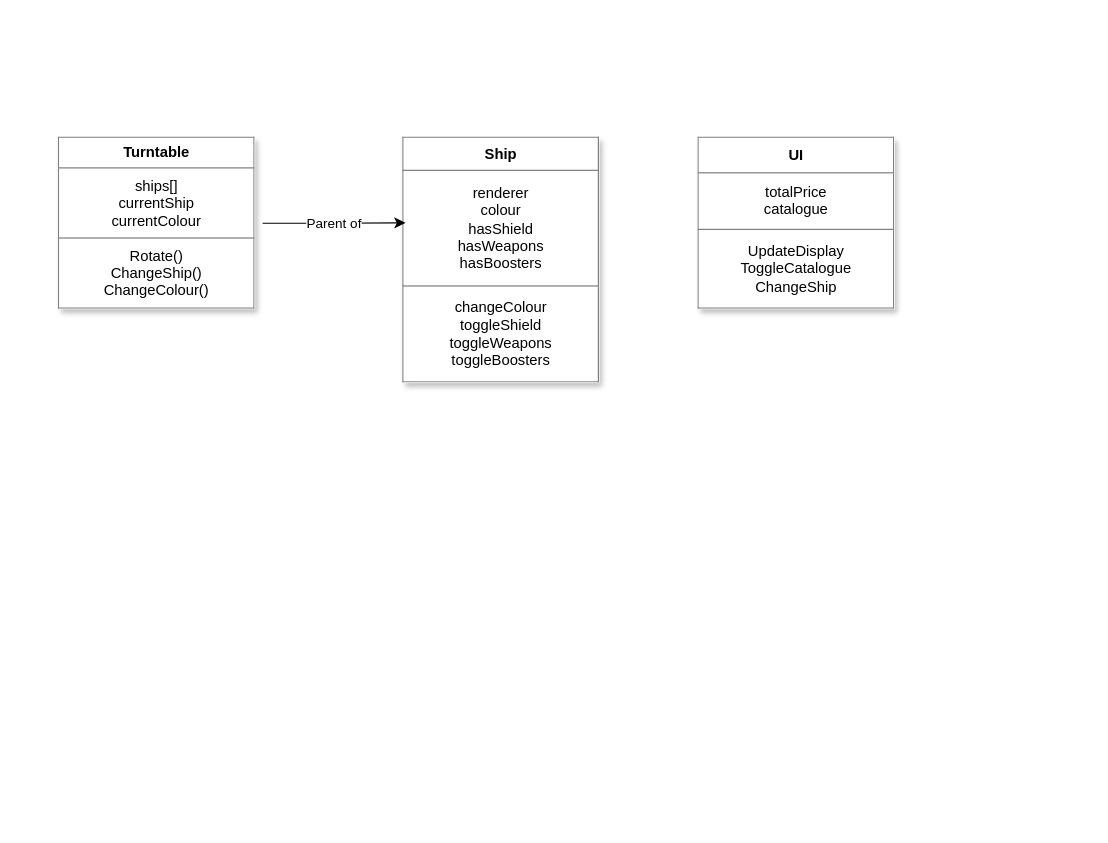
Before: wip/DomainModel.drawio in En-Be/CarCustomiser, a draw.io diagram. Source tidied: cells renumbered, new cells numbered last; positions are measured from the earlier drawing's top-left corner, leaving out a move shared by most shapes. Both pictures are drawn from the tidied source at 123%, with x=0, y=0 at pixel (58, 137).
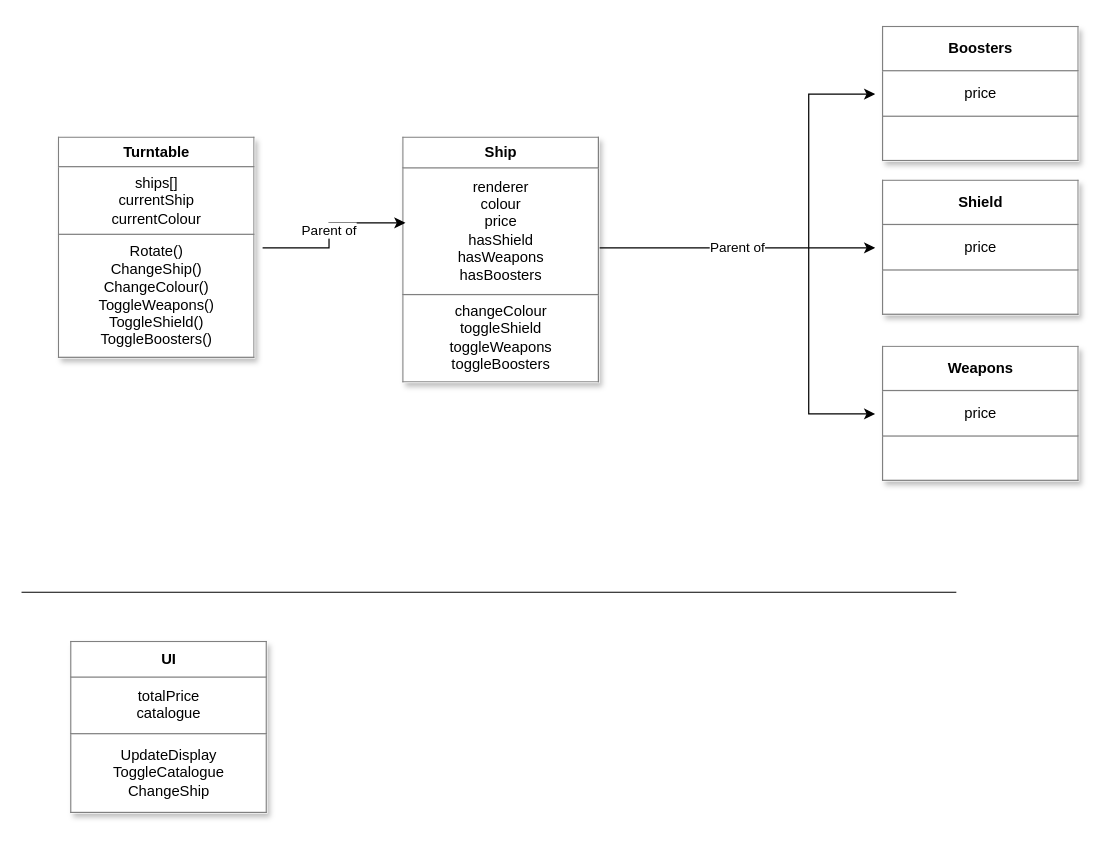
Above is the later version.

Diff of the diagram source:
```diff
@@
 <mxGraphModel>
   <root>
     <mxCell id="0" />
     <mxCell id="1" parent="0" />
-    <mxCell id="2" value="&lt;table border=&quot;1&quot; width=&quot;100%&quot; height=&quot;100%&quot; cellpadding=&quot;4&quot; style=&quot;width:100%;height:100%;border-collapse:collapse;&quot;&gt;&lt;tbody&gt;&lt;tr&gt;&lt;th align=&quot;center&quot;&gt;&lt;b&gt;Ship&lt;/b&gt;&lt;/th&gt;&lt;/tr&gt;&lt;tr&gt;&lt;td align=&quot;center&quot;&gt;renderer&lt;br&gt;colour&lt;br&gt;hasShield&lt;br&gt;hasWeapons&lt;br&gt;hasBoosters&lt;/td&gt;&lt;/tr&gt;&lt;tr&gt;&lt;td align=&quot;center&quot;&gt;changeColour&lt;br&gt;toggleShield&lt;br&gt;toggleWeapons&lt;br&gt;toggleBoosters&lt;/td&gt;&lt;/tr&gt;&lt;/tbody&gt;&lt;/table&gt;" style="text;html=1;whiteSpace=wrap;strokeColor=none;fillColor=default;overflow=fill;shadow=1;strokeWidth=2;perimeterSpacing=6;" parent="1" vertex="1">
+    <mxCell id="2" value="&lt;table border=&quot;1&quot; width=&quot;100%&quot; height=&quot;100%&quot; cellpadding=&quot;4&quot; style=&quot;width:100%;height:100%;border-collapse:collapse;&quot;&gt;&lt;tbody&gt;&lt;tr&gt;&lt;th align=&quot;center&quot;&gt;&lt;b&gt;Ship&lt;/b&gt;&lt;/th&gt;&lt;/tr&gt;&lt;tr&gt;&lt;td align=&quot;center&quot;&gt;renderer&lt;br&gt;colour&lt;br&gt;price&lt;br&gt;hasShield&lt;br&gt;hasWeapons&lt;br&gt;hasBoosters&lt;/td&gt;&lt;/tr&gt;&lt;tr&gt;&lt;td align=&quot;center&quot;&gt;changeColour&lt;br&gt;toggleShield&lt;br&gt;toggleWeapons&lt;br&gt;toggleBoosters&lt;/td&gt;&lt;/tr&gt;&lt;/tbody&gt;&lt;/table&gt;" style="text;html=1;whiteSpace=wrap;strokeColor=none;fillColor=default;overflow=fill;shadow=1;strokeWidth=2;perimeterSpacing=6;" parent="1" vertex="1">
       <mxGeometry x="280" width="160" height="200" as="geometry" />
     </mxCell>
     <mxCell id="3" value="Parent of" style="edgeStyle=orthogonalEdgeStyle;rounded=0;jettySize=auto;html=1;exitX=1;exitY=0.5;exitDx=0;exitDy=0;entryX=0.047;entryY=0.357;entryDx=0;entryDy=0;entryPerimeter=0;" parent="1" edge="1" source="4" target="2">
       <mxGeometry relative="1" as="geometry" />
     </mxCell>
-    <mxCell id="4" value="&lt;table border=&quot;1&quot; width=&quot;100%&quot; height=&quot;100%&quot; cellpadding=&quot;4&quot; style=&quot;width:100%;height:100%;border-collapse:collapse;&quot;&gt;&lt;tbody&gt;&lt;tr&gt;&lt;th align=&quot;center&quot;&gt;&lt;b&gt;Turntable&lt;br&gt;&lt;/b&gt;&lt;/th&gt;&lt;/tr&gt;&lt;tr&gt;&lt;td align=&quot;center&quot;&gt;ships[]&lt;br&gt;currentShip&lt;br&gt;currentColour&lt;/td&gt;&lt;/tr&gt;&lt;tr&gt;&lt;td align=&quot;center&quot;&gt;Rotate()&lt;br&gt;ChangeShip()&lt;br&gt;ChangeColour()&lt;/td&gt;&lt;/tr&gt;&lt;/tbody&gt;&lt;/table&gt;" style="text;html=1;whiteSpace=wrap;strokeColor=none;fillColor=default;overflow=fill;shadow=1;strokeWidth=2;perimeterSpacing=6;" parent="1" vertex="1">
-      <mxGeometry width="160" height="140" as="geometry" />
+    <mxCell id="4" value="&lt;table border=&quot;1&quot; width=&quot;100%&quot; height=&quot;100%&quot; cellpadding=&quot;4&quot; style=&quot;width:100%;height:100%;border-collapse:collapse;&quot;&gt;&lt;tbody&gt;&lt;tr&gt;&lt;th align=&quot;center&quot;&gt;&lt;b&gt;Turntable&lt;br&gt;&lt;/b&gt;&lt;/th&gt;&lt;/tr&gt;&lt;tr&gt;&lt;td align=&quot;center&quot;&gt;ships[]&lt;br&gt;currentShip&lt;br&gt;currentColour&lt;/td&gt;&lt;/tr&gt;&lt;tr&gt;&lt;td align=&quot;center&quot;&gt;Rotate()&lt;br&gt;ChangeShip()&lt;br&gt;ChangeColour()&lt;br&gt;ToggleWeapons()&lt;br&gt;ToggleShield()&lt;br&gt;ToggleBoosters()&lt;/td&gt;&lt;/tr&gt;&lt;/tbody&gt;&lt;/table&gt;" style="text;html=1;whiteSpace=wrap;strokeColor=none;fillColor=default;overflow=fill;shadow=1;strokeWidth=2;perimeterSpacing=6;" parent="1" vertex="1">
+      <mxGeometry width="160" height="180" as="geometry" />
     </mxCell>
     <mxCell id="5" value="&lt;table border=&quot;1&quot; width=&quot;100%&quot; height=&quot;100%&quot; cellpadding=&quot;4&quot; style=&quot;width:100%;height:100%;border-collapse:collapse;&quot;&gt;&lt;tbody&gt;&lt;tr&gt;&lt;th align=&quot;center&quot;&gt;&lt;b&gt;UI&lt;br&gt;&lt;/b&gt;&lt;/th&gt;&lt;/tr&gt;&lt;tr&gt;&lt;td align=&quot;center&quot;&gt;totalPrice&lt;br&gt;catalogue&lt;br&gt;&lt;/td&gt;&lt;/tr&gt;&lt;tr&gt;&lt;td align=&quot;center&quot;&gt;UpdateDisplay&lt;br&gt;ToggleCatalogue&lt;br&gt;ChangeShip&lt;/td&gt;&lt;/tr&gt;&lt;/tbody&gt;&lt;/table&gt;" style="text;html=1;whiteSpace=wrap;strokeColor=none;fillColor=default;overflow=fill;shadow=1;strokeWidth=2;perimeterSpacing=6;" parent="1" vertex="1">
-      <mxGeometry x="520" width="160" height="140" as="geometry" />
+      <mxGeometry x="10" y="410" width="160" height="140" as="geometry" />
     </mxCell>
+    <mxCell id="6" style="endArrow=none;html=1;rounded=0;" parent="1" edge="1">
+      <mxGeometry relative="1" as="geometry">
+        <mxPoint x="-30" y="370" as="sourcePoint" />
+        <mxPoint x="730" y="370" as="targetPoint" />
+      </mxGeometry>
+    </mxCell>
+    <mxCell id="7" value="&lt;table border=&quot;1&quot; width=&quot;100%&quot; height=&quot;100%&quot; cellpadding=&quot;4&quot; style=&quot;width:100%;height:100%;border-collapse:collapse;&quot;&gt;&lt;tbody&gt;&lt;tr&gt;&lt;th align=&quot;center&quot;&gt;&lt;b&gt;Boosters&lt;/b&gt;&lt;/th&gt;&lt;/tr&gt;&lt;tr&gt;&lt;td align=&quot;center&quot;&gt;price&lt;/td&gt;&lt;/tr&gt;&lt;tr&gt;&lt;td align=&quot;center&quot;&gt;&lt;br&gt;&lt;/td&gt;&lt;/tr&gt;&lt;/tbody&gt;&lt;/table&gt;" style="text;html=1;whiteSpace=wrap;strokeColor=none;fillColor=default;overflow=fill;shadow=1;strokeWidth=2;perimeterSpacing=6;" parent="1" vertex="1">
+      <mxGeometry x="670" y="-90" width="160" height="110" as="geometry" />
+    </mxCell>
+    <mxCell id="8" value="&lt;table border=&quot;1&quot; width=&quot;100%&quot; height=&quot;100%&quot; cellpadding=&quot;4&quot; style=&quot;width:100%;height:100%;border-collapse:collapse;&quot;&gt;&lt;tbody&gt;&lt;tr&gt;&lt;th align=&quot;center&quot;&gt;Shield&lt;/th&gt;&lt;/tr&gt;&lt;tr&gt;&lt;td align=&quot;center&quot;&gt;price&lt;/td&gt;&lt;/tr&gt;&lt;tr&gt;&lt;td align=&quot;center&quot;&gt;&lt;br&gt;&lt;/td&gt;&lt;/tr&gt;&lt;/tbody&gt;&lt;/table&gt;" style="text;html=1;whiteSpace=wrap;strokeColor=none;fillColor=default;overflow=fill;shadow=1;strokeWidth=2;perimeterSpacing=6;" parent="1" vertex="1">
+      <mxGeometry x="670" y="35" width="160" height="110" as="geometry" />
+    </mxCell>
+    <mxCell id="9" value="&lt;table border=&quot;1&quot; width=&quot;100%&quot; height=&quot;100%&quot; cellpadding=&quot;4&quot; style=&quot;width:100%;height:100%;border-collapse:collapse;&quot;&gt;&lt;tbody&gt;&lt;tr&gt;&lt;th align=&quot;center&quot;&gt;Weapons&lt;/th&gt;&lt;/tr&gt;&lt;tr&gt;&lt;td align=&quot;center&quot;&gt;price&lt;/td&gt;&lt;/tr&gt;&lt;tr&gt;&lt;td align=&quot;center&quot;&gt;&lt;br&gt;&lt;/td&gt;&lt;/tr&gt;&lt;/tbody&gt;&lt;/table&gt;" style="text;html=1;whiteSpace=wrap;strokeColor=none;fillColor=default;overflow=fill;shadow=1;strokeWidth=2;perimeterSpacing=6;" parent="1" vertex="1">
+      <mxGeometry x="670" y="170" width="160" height="110" as="geometry" />
+    </mxCell>
+    <mxCell id="10" value="Parent of" style="edgeStyle=orthogonalEdgeStyle;rounded=0;jettySize=auto;html=1;exitX=1;exitY=0.5;exitDx=0;exitDy=0;entryX=0;entryY=0.5;entryDx=0;entryDy=0;" parent="1" edge="1" target="8">
+      <mxGeometry relative="1" as="geometry">
+        <mxPoint x="440" y="90.3" as="sourcePoint" />
+        <Array as="points">
+          <mxPoint x="664" y="90" />
+        </Array>
+      </mxGeometry>
+    </mxCell>
+    <mxCell id="11" style="endArrow=classic;html=1;rounded=0;entryX=0;entryY=0.5;entryDx=0;entryDy=0;" parent="1" edge="1" target="7">
+      <mxGeometry relative="1" as="geometry">
+        <mxPoint x="610" y="90" as="sourcePoint" />
+        <Array as="points">
+          <mxPoint x="610" y="-35" />
+        </Array>
+      </mxGeometry>
+    </mxCell>
+    <mxCell id="12" style="endArrow=classic;html=1;rounded=0;entryX=0;entryY=0.5;entryDx=0;entryDy=0;" parent="1" edge="1" target="9">
+      <mxGeometry relative="1" as="geometry">
+        <mxPoint x="610" y="90" as="sourcePoint" />
+        <Array as="points">
+          <mxPoint x="610" y="225" />
+        </Array>
+      </mxGeometry>
+    </mxCell>
   </root>
 </mxGraphModel>
```
